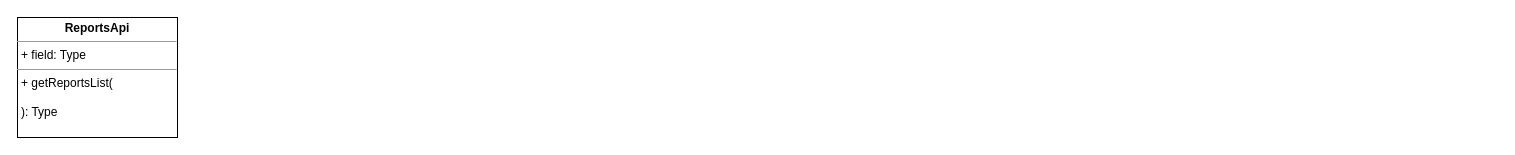
Above: UNI-14778.drawio in ShiryaevNikolay/diagrams (draw.io), before the change. Source tidied: cells renumbered, new cells numbered last; positions are measured from the earlier drawing's top-left corner, leaving out a move shared by most shapes. Both pictures are drawn from the tidied source at 100%, with x=0, y=0 at pixel (17, 17).
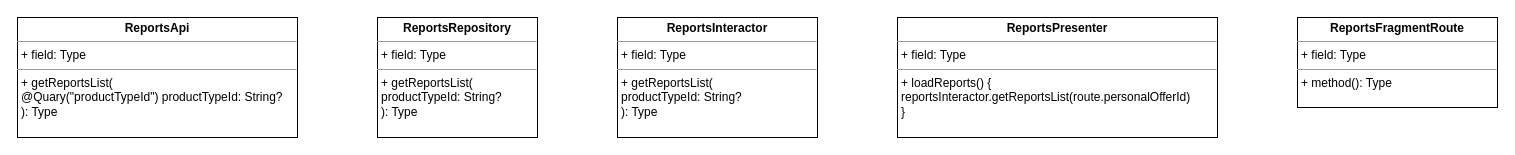
The same diagram, later.

The edit, as a diff of the source:
```diff
@@
 <mxGraphModel>
   <root>
     <mxCell id="0" />
     <mxCell id="1" parent="0" />
-    <mxCell id="2" value="&lt;p style=&quot;margin: 0px ; margin-top: 4px ; text-align: center&quot;&gt;&lt;b&gt;ReportsApi&lt;/b&gt;&lt;/p&gt;&lt;hr size=&quot;1&quot;&gt;&lt;p style=&quot;margin: 0px ; margin-left: 4px&quot;&gt;+ field: Type&lt;/p&gt;&lt;hr size=&quot;1&quot;&gt;&lt;p style=&quot;margin: 0px ; margin-left: 4px&quot;&gt;+ getReportsList(&lt;/p&gt;&lt;p style=&quot;margin: 0px ; margin-left: 4px&quot;&gt;&lt;br&gt;&lt;/p&gt;&lt;p style=&quot;margin: 0px ; margin-left: 4px&quot;&gt;): Type&lt;/p&gt;" style="verticalAlign=top;align=left;overflow=fill;fontSize=12;fontFamily=Helvetica;html=1;" parent="1" vertex="1">
-      <mxGeometry width="160" height="120" as="geometry" />
+    <mxCell id="2" value="&lt;p style=&quot;margin: 0px ; margin-top: 4px ; text-align: center&quot;&gt;&lt;b&gt;ReportsApi&lt;/b&gt;&lt;/p&gt;&lt;hr size=&quot;1&quot;&gt;&lt;p style=&quot;margin: 0px ; margin-left: 4px&quot;&gt;+ field: Type&lt;/p&gt;&lt;hr size=&quot;1&quot;&gt;&lt;p style=&quot;margin: 0px ; margin-left: 4px&quot;&gt;+ getReportsList(&lt;/p&gt;&lt;p style=&quot;margin: 0px ; margin-left: 4px&quot;&gt;@Quary(&quot;productTypeId&quot;) productTypeId: String?&lt;br&gt;&lt;/p&gt;&lt;p style=&quot;margin: 0px ; margin-left: 4px&quot;&gt;): Type&lt;/p&gt;" style="verticalAlign=top;align=left;overflow=fill;fontSize=12;fontFamily=Helvetica;html=1;" parent="1" vertex="1">
+      <mxGeometry width="280" height="120" as="geometry" />
     </mxCell>
+    <mxCell id="3" value="&lt;p style=&quot;margin: 0px ; margin-top: 4px ; text-align: center&quot;&gt;&lt;b&gt;ReportsRepository&lt;/b&gt;&lt;/p&gt;&lt;hr size=&quot;1&quot;&gt;&lt;p style=&quot;margin: 0px ; margin-left: 4px&quot;&gt;+ field: Type&lt;/p&gt;&lt;hr size=&quot;1&quot;&gt;&lt;p style=&quot;margin: 0px ; margin-left: 4px&quot;&gt;+ getReportsList(&lt;/p&gt;&lt;p style=&quot;margin: 0px ; margin-left: 4px&quot;&gt;productTypeId: String?&lt;br&gt;&lt;/p&gt;&lt;p style=&quot;margin: 0px ; margin-left: 4px&quot;&gt;): Type&lt;/p&gt;" style="verticalAlign=top;align=left;overflow=fill;fontSize=12;fontFamily=Helvetica;html=1;" parent="1" vertex="1">
+      <mxGeometry x="360" width="160" height="120" as="geometry" />
+    </mxCell>
+    <mxCell id="4" value="&lt;p style=&quot;margin: 0px ; margin-top: 4px ; text-align: center&quot;&gt;&lt;b&gt;ReportsInteractor&lt;/b&gt;&lt;/p&gt;&lt;hr size=&quot;1&quot;&gt;&lt;p style=&quot;margin: 0px ; margin-left: 4px&quot;&gt;+ field: Type&lt;/p&gt;&lt;hr size=&quot;1&quot;&gt;&lt;p style=&quot;margin: 0px ; margin-left: 4px&quot;&gt;+ getReportsList(&lt;/p&gt;&lt;p style=&quot;margin: 0px ; margin-left: 4px&quot;&gt;productTypeId: String?&lt;br&gt;&lt;/p&gt;&lt;p style=&quot;margin: 0px ; margin-left: 4px&quot;&gt;): Type&lt;/p&gt;" style="verticalAlign=top;align=left;overflow=fill;fontSize=12;fontFamily=Helvetica;html=1;" parent="1" vertex="1">
+      <mxGeometry x="600" width="200" height="120" as="geometry" />
+    </mxCell>
+    <mxCell id="5" value="&lt;p style=&quot;margin: 0px ; margin-top: 4px ; text-align: center&quot;&gt;&lt;b&gt;ReportsPresenter&lt;/b&gt;&lt;/p&gt;&lt;hr size=&quot;1&quot;&gt;&lt;p style=&quot;margin: 0px ; margin-left: 4px&quot;&gt;+ field: Type&lt;/p&gt;&lt;hr size=&quot;1&quot;&gt;&lt;p style=&quot;margin: 0px ; margin-left: 4px&quot;&gt;+ loadReports() {&lt;/p&gt;&lt;p style=&quot;margin: 0px ; margin-left: 4px&quot;&gt;reportsInteractor.getReportsList(route.personalOfferId)&lt;br&gt;&lt;/p&gt;&lt;p style=&quot;margin: 0px ; margin-left: 4px&quot;&gt;}&lt;br&gt;&lt;/p&gt;" style="verticalAlign=top;align=left;overflow=fill;fontSize=12;fontFamily=Helvetica;html=1;" parent="1" vertex="1">
+      <mxGeometry x="880" width="320" height="120" as="geometry" />
+    </mxCell>
+    <mxCell id="6" value="&lt;p style=&quot;margin: 0px ; margin-top: 4px ; text-align: center&quot;&gt;&lt;b&gt;ReportsFragmentRoute&lt;/b&gt;&lt;/p&gt;&lt;hr size=&quot;1&quot;&gt;&lt;p style=&quot;margin: 0px ; margin-left: 4px&quot;&gt;+ field: Type&lt;/p&gt;&lt;hr size=&quot;1&quot;&gt;&lt;p style=&quot;margin: 0px ; margin-left: 4px&quot;&gt;+ method(): Type&lt;/p&gt;" style="verticalAlign=top;align=left;overflow=fill;fontSize=12;fontFamily=Helvetica;html=1;" parent="1" vertex="1">
+      <mxGeometry x="1280" width="200" height="90" as="geometry" />
+    </mxCell>
   </root>
 </mxGraphModel>
```
